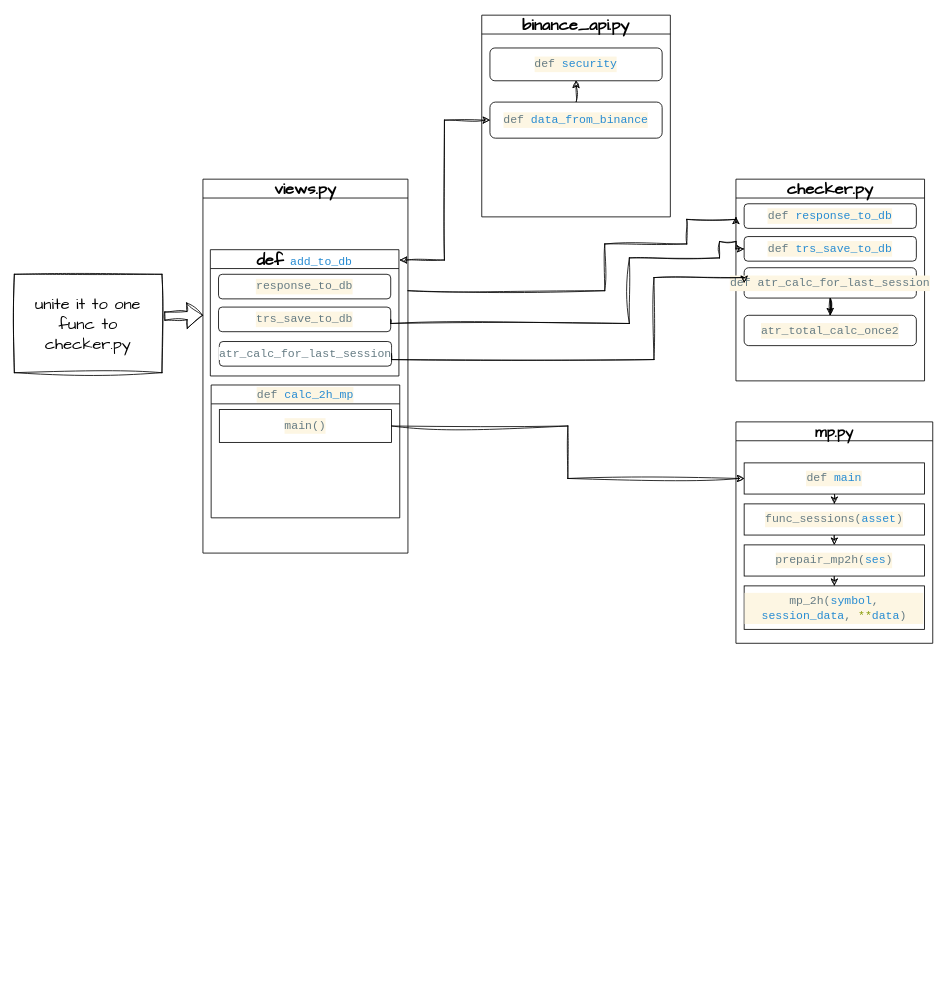
Above: page "project" (8 of 8) of structure.drawio in Kupavtsev/markets_data_handler (draw.io), before the change. Source tidied: cells renumbered, new cells numbered last; positions are measured from the earlier drawing's top-left corner, leaving out a move shared by most shapes. Both pictures are drawn from the tidied source at 82%, with x=0, y=0 at pixel (14, 15).
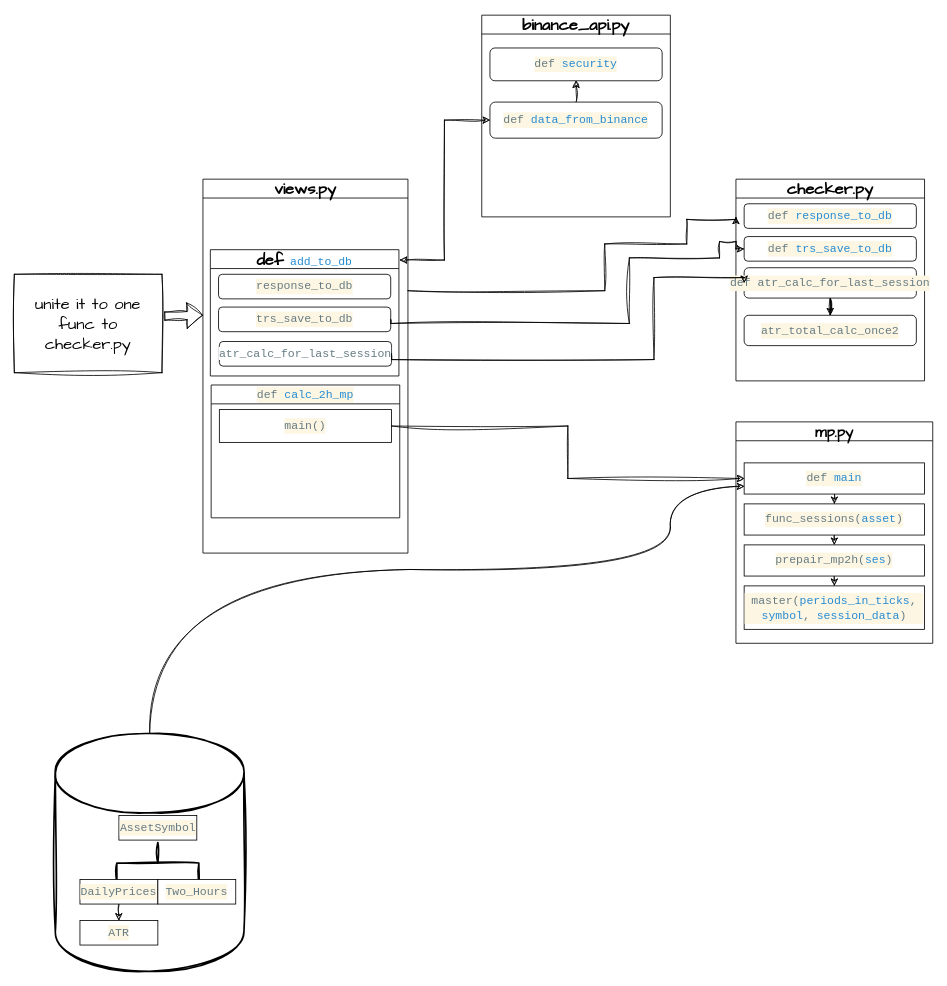
After the change.

Unchanged cells that the change refers to:
```xml
<mxCell id="23" value="&lt;font style=&quot;font-size: 18px;&quot;&gt;mp.py&lt;/font&gt;" style="swimlane;whiteSpace=wrap;html=1;hachureGap=4;fontFamily=Architects Daughter;fontSize=20;" parent="1" vertex="1">
  <mxGeometry x="880" y="496" width="240" height="270" as="geometry" />
</mxCell>
<mxCell id="25" value="&lt;div style=&quot;color: rgb(101, 123, 131); background-color: rgb(253, 246, 227); font-family: Consolas, &amp;quot;Courier New&amp;quot;, monospace; font-size: 14px; line-height: 19px;&quot;&gt;def &lt;span style=&quot;color: #268bd2;&quot;&gt;main&lt;/span&gt;&lt;/div&gt;" style="rounded=0;whiteSpace=wrap;html=1;hachureGap=4;fontFamily=Architects Daughter;fontSize=20;" parent="23" vertex="1">
  <mxGeometry x="10" y="50" width="220" height="38" as="geometry" />
</mxCell>
```

The edit, as a diff of the source:
```diff
@@
+    <mxCell id="34" style="strokeWidth=2;html=1;shape=mxgraph.flowchart.database;whiteSpace=wrap;sketch=1;hachureGap=4;jiggle=2;curveFitting=1;fontFamily=Architects Daughter;fontSize=20;" parent="1" vertex="1">
+      <mxGeometry x="50" y="876" width="230" height="290" as="geometry" />
+    </mxCell>
@@
-    <mxCell id="30" value="&lt;div style=&quot;color: rgb(101, 123, 131); background-color: rgb(253, 246, 227); font-family: Consolas, &amp;quot;Courier New&amp;quot;, monospace; font-size: 14px; line-height: 19px;&quot;&gt;&lt;div style=&quot;line-height: 19px;&quot;&gt;mp_2h(&lt;span style=&quot;color: #268bd2;&quot;&gt;symbol&lt;/span&gt;, &lt;span style=&quot;color: #268bd2;&quot;&gt;session_data&lt;/span&gt;, &lt;span style=&quot;color: #859900;&quot;&gt;**&lt;/span&gt;&lt;span style=&quot;color: #268bd2;&quot;&gt;data&lt;/span&gt;)&lt;/div&gt;&lt;/div&gt;" style="rounded=0;whiteSpace=wrap;html=1;hachureGap=4;fontFamily=Architects Daughter;fontSize=20;" parent="23" vertex="1">
+    <mxCell id="30" value="&lt;div style=&quot;color: rgb(101, 123, 131); background-color: rgb(253, 246, 227); font-family: Consolas, &amp;quot;Courier New&amp;quot;, monospace; font-size: 14px; line-height: 19px;&quot;&gt;&lt;div style=&quot;line-height: 19px;&quot;&gt;&lt;div style=&quot;line-height: 19px;&quot;&gt;master(&lt;span style=&quot;color: #268bd2;&quot;&gt;periods_in_ticks&lt;/span&gt;, &lt;span style=&quot;color: #268bd2;&quot;&gt;symbol&lt;/span&gt;, &lt;span style=&quot;color: #268bd2;&quot;&gt;session_data&lt;/span&gt;)&lt;/div&gt;&lt;/div&gt;&lt;/div&gt;" style="rounded=0;whiteSpace=wrap;html=1;hachureGap=4;fontFamily=Architects Daughter;fontSize=20;" parent="23" vertex="1">
       <mxGeometry x="10" y="200" width="220" height="53" as="geometry" />
     </mxCell>
@@
+    <mxCell id="35" style="edgeStyle=orthogonalEdgeStyle;rounded=0;sketch=1;hachureGap=4;jiggle=2;curveFitting=1;jettySize=auto;html=1;exitX=0.5;exitY=1;exitDx=0;exitDy=0;entryX=0.5;entryY=0;entryDx=0;entryDy=0;fontFamily=Architects Daughter;fontSize=16;" parent="1" edge="1" source="38" target="40">
+      <mxGeometry relative="1" as="geometry" />
+    </mxCell>
+    <mxCell id="36" style="strokeWidth=2;html=1;shape=mxgraph.flowchart.annotation_2;align=left;labelPosition=right;sketch=1;hachureGap=4;jiggle=2;curveFitting=1;fontFamily=Architects Daughter;fontSize=20;rotation=90;" parent="1" vertex="1">
+      <mxGeometry x="150" y="984" width="50" height="100" as="geometry" />
+    </mxCell>
+    <mxCell id="37" value="&lt;div style=&quot;color: rgb(101, 123, 131); background-color: rgb(253, 246, 227); font-family: Consolas, &amp;quot;Courier New&amp;quot;, monospace; font-size: 14px; line-height: 19px;&quot;&gt;AssetSymbol&lt;/div&gt;" style="rounded=0;whiteSpace=wrap;html=1;hachureGap=4;fontFamily=Architects Daughter;fontSize=20;" parent="1" vertex="1">
+      <mxGeometry x="127.5" y="976" width="95" height="30" as="geometry" />
+    </mxCell>
+    <mxCell id="38" value="&lt;div style=&quot;color: rgb(101, 123, 131); background-color: rgb(253, 246, 227); font-family: Consolas, &amp;quot;Courier New&amp;quot;, monospace; font-size: 14px; line-height: 19px;&quot;&gt;&lt;div style=&quot;line-height: 19px;&quot;&gt;DailyPrices&lt;/div&gt;&lt;/div&gt;" style="rounded=0;whiteSpace=wrap;html=1;hachureGap=4;fontFamily=Architects Daughter;fontSize=20;" parent="1" vertex="1">
+      <mxGeometry x="80" y="1054" width="95" height="30" as="geometry" />
+    </mxCell>
+    <mxCell id="39" value="&lt;div style=&quot;color: rgb(101, 123, 131); background-color: rgb(253, 246, 227); font-family: Consolas, &amp;quot;Courier New&amp;quot;, monospace; font-size: 14px; line-height: 19px;&quot;&gt;&lt;div style=&quot;line-height: 19px;&quot;&gt;Two_Hours&lt;/div&gt;&lt;/div&gt;" style="rounded=0;whiteSpace=wrap;html=1;hachureGap=4;fontFamily=Architects Daughter;fontSize=20;" parent="1" vertex="1">
+      <mxGeometry x="175" y="1054" width="95" height="30" as="geometry" />
+    </mxCell>
+    <mxCell id="40" value="&lt;div style=&quot;color: rgb(101, 123, 131); background-color: rgb(253, 246, 227); font-family: Consolas, &amp;quot;Courier New&amp;quot;, monospace; font-size: 14px; line-height: 19px;&quot;&gt;&lt;div style=&quot;line-height: 19px;&quot;&gt;ATR&lt;/div&gt;&lt;/div&gt;" style="rounded=0;whiteSpace=wrap;html=1;hachureGap=4;fontFamily=Architects Daughter;fontSize=20;" parent="1" vertex="1">
+      <mxGeometry x="80" y="1104" width="95" height="30" as="geometry" />
+    </mxCell>
+    <mxCell id="41" style="edgeStyle=orthogonalEdgeStyle;rounded=0;sketch=1;hachureGap=4;jiggle=2;curveFitting=1;jettySize=auto;html=1;fontFamily=Architects Daughter;fontSize=16;curved=1;entryX=0;entryY=0.75;entryDx=0;entryDy=0;" parent="1" edge="1" source="34" target="25">
+      <mxGeometry relative="1" as="geometry">
+        <Array as="points">
+          <mxPoint x="165" y="676" />
+          <mxPoint x="800" y="676" />
+          <mxPoint x="800" y="575" />
+        </Array>
+      </mxGeometry>
+    </mxCell>
```
